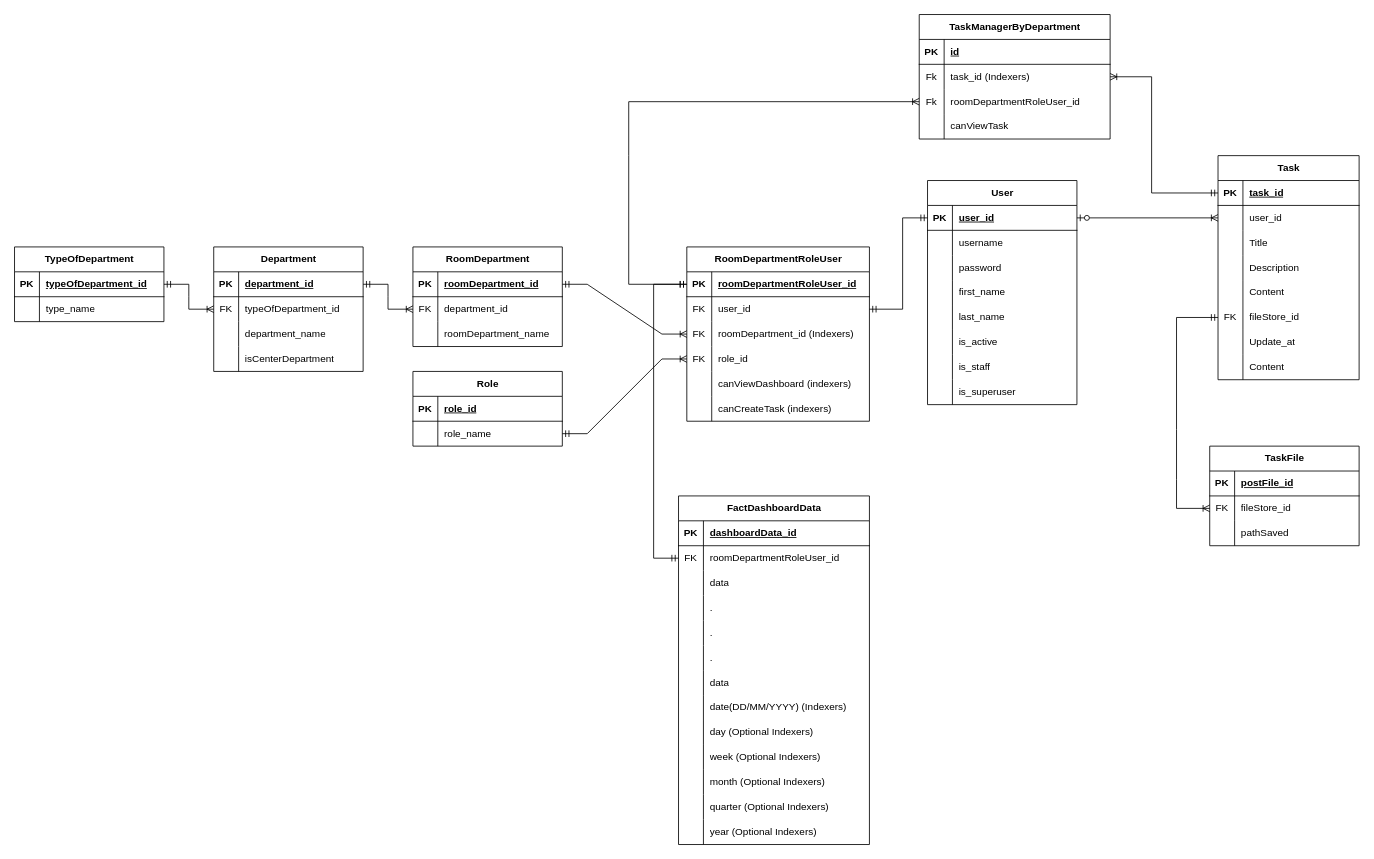
Before: thiet_ke_db.drawio in toanhvt98/web_backend, a draw.io diagram. Source tidied: cells renumbered, new cells numbered last; positions are measured from the earlier drawing's top-left corner, leaving out a move shared by most shapes. Both pictures are drawn from the tidied source at 83%, with x=0, y=0 at pixel (14, 14).
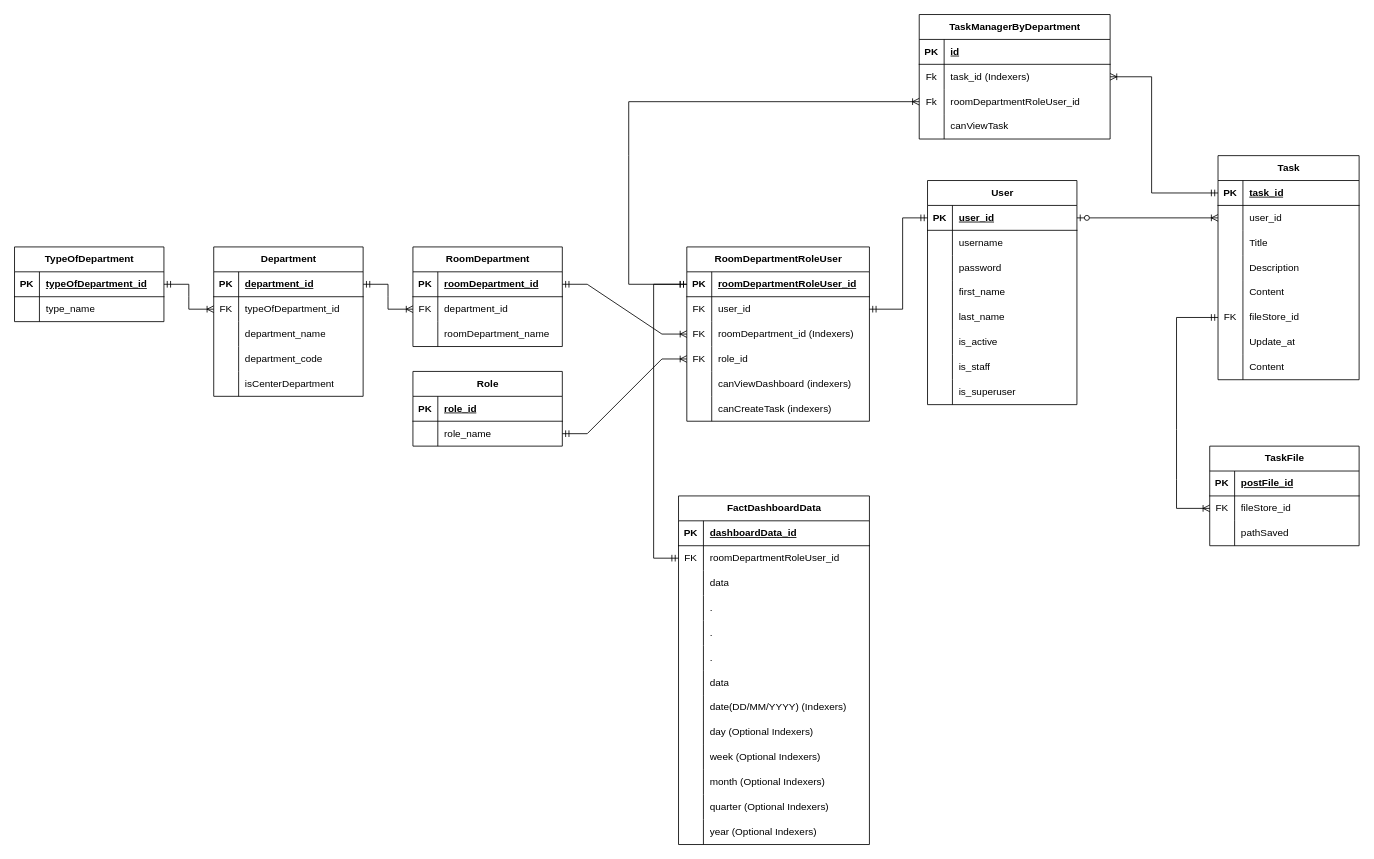
Above is the later version.

The change refers to these unchanged cells:
```xml
<mxCell id="37" style="shape=tableRow;horizontal=0;startSize=0;swimlaneHead=0;swimlaneBody=0;fillColor=none;top=0;left=0;right=0;bottom=0;" parent="27" vertex="1">
  <mxGeometry y="120" width="180" height="30" as="geometry" />
</mxCell>
```

Diff of the diagram source:
```diff
@@
     <mxCell id="27" value="Department" style="shape=table;startSize=30;childLayout=tableLayout;rowLines=0;fontStyle=1;align=center;html=1;" parent="1" vertex="1">
-      <mxGeometry x="240" y="280" width="180" height="150" as="geometry" />
+      <mxGeometry x="240" y="280" width="180" height="180" as="geometry" />
     </mxCell>
@@
-    <mxCell id="39" value="isCenterDepartment" style="shape=partialRectangle;fillColor=none;top=0;left=0;bottom=0;right=0;align=left;spacingLeft=6;overflow=hidden;whiteSpace=wrap;html=1;" parent="37" vertex="1">
+    <mxCell id="39" value="department_code" style="shape=partialRectangle;fillColor=none;top=0;left=0;bottom=0;right=0;align=left;spacingLeft=6;overflow=hidden;whiteSpace=wrap;html=1;" parent="37" vertex="1">
       <mxGeometry x="30" width="150" height="30" as="geometry" />
     </mxCell>
+    <mxCell id="181" style="shape=tableRow;horizontal=0;startSize=0;swimlaneHead=0;swimlaneBody=0;fillColor=none;top=0;left=0;right=0;bottom=0;" parent="27" vertex="1">
+      <mxGeometry y="150" width="180" height="30" as="geometry" />
+    </mxCell>
+    <mxCell id="182" style="shape=partialRectangle;fillColor=none;top=0;left=0;bottom=0;right=0;overflow=hidden;whiteSpace=wrap;html=1;" parent="181" vertex="1">
+      <mxGeometry width="30" height="30" as="geometry" />
+    </mxCell>
+    <mxCell id="183" value="isCenterDepartment" style="shape=partialRectangle;fillColor=none;top=0;left=0;bottom=0;right=0;align=left;spacingLeft=6;overflow=hidden;whiteSpace=wrap;html=1;" parent="181" vertex="1">
+      <mxGeometry x="30" width="150" height="30" as="geometry" />
+    </mxCell>
```
